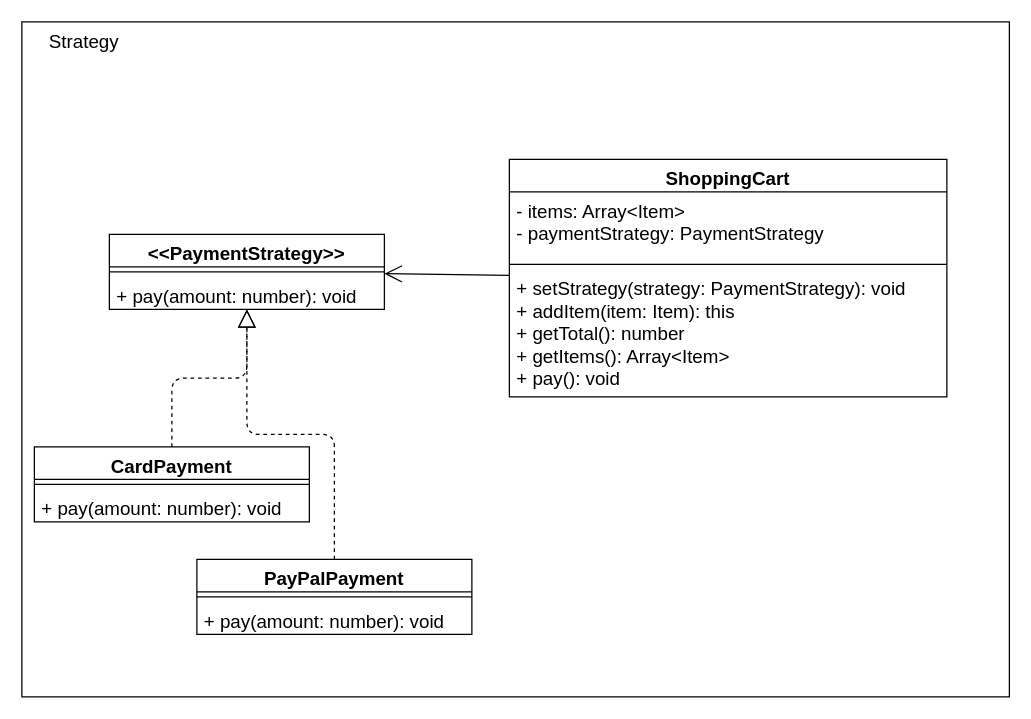
Before: behavioral/strategy/strategy.drawio in kirill-krasuk/design_patterns, a draw.io diagram. Source tidied: cells renumbered, new cells numbered last; positions are measured from the earlier drawing's top-left corner, leaving out a move shared by most shapes. Both pictures are drawn from the tidied source at 125%, with x=0, y=0 at pixel (21, 21).
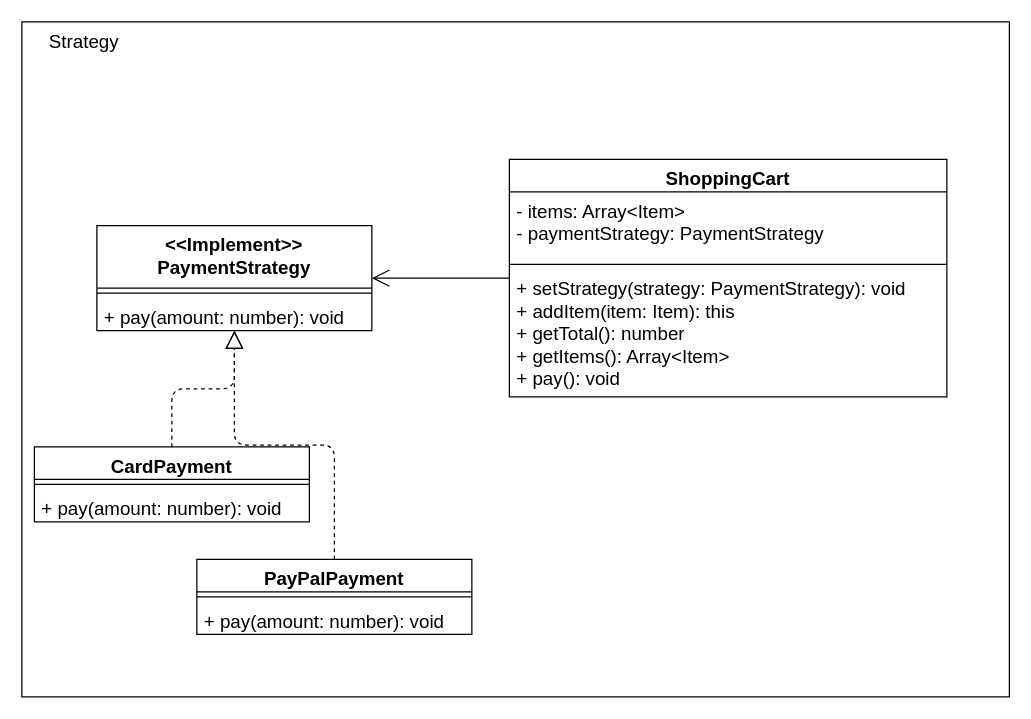
The same diagram, later.

Diff of the diagram source:
```diff
@@
 <mxGraphModel>
   <root>
     <mxCell id="0" />
     <mxCell id="1" parent="0" />
     <mxCell id="2" style="rounded=0;whiteSpace=wrap;html=1;" parent="1" vertex="1">
       <mxGeometry width="790" height="540" as="geometry" />
     </mxCell>
     <mxCell id="3" value="Strategy" style="text;html=1;strokeColor=none;fillColor=none;align=center;verticalAlign=middle;whiteSpace=wrap;rounded=0;fontSize=15;" parent="1" vertex="1">
       <mxGeometry width="100" height="30" as="geometry" />
     </mxCell>
-    <mxCell id="4" value="&lt;&lt;PaymentStrategy&gt;&gt;" style="swimlane;fontStyle=1;align=center;verticalAlign=top;horizontal=1;startSize=26;fontSize=15;" parent="1" vertex="1">
-      <mxGeometry x="70" y="170" width="220" height="60" as="geometry" />
+    <mxCell id="4" value="&lt;&lt;Implement&gt;&gt;&#10;PaymentStrategy" style="swimlane;fontStyle=1;align=center;verticalAlign=top;horizontal=1;startSize=50;fontSize=15;" parent="1" vertex="1">
+      <mxGeometry x="60" y="163" width="220" height="84" as="geometry" />
     </mxCell>
     <mxCell id="5" style="line;strokeWidth=1;fillColor=none;align=left;verticalAlign=middle;spacingTop=-1;spacingLeft=3;spacingRight=3;labelPosition=right;strokeColor=inherit;fontSize=15;" parent="4" vertex="1">
-      <mxGeometry y="26" width="220" height="8" as="geometry" />
+      <mxGeometry y="50" width="220" height="8" as="geometry" />
     </mxCell>
     <mxCell id="6" value="+ pay(amount: number): void" style="text;strokeColor=none;fillColor=none;align=left;verticalAlign=top;spacingLeft=4;spacingRight=4;overflow=hidden;fontSize=15;" parent="4" vertex="1">
-      <mxGeometry y="34" width="220" height="26" as="geometry" />
+      <mxGeometry y="58" width="220" height="26" as="geometry" />
     </mxCell>
     <mxCell id="7" value="ShoppingCart" style="swimlane;fontStyle=1;align=center;verticalAlign=top;horizontal=1;startSize=26;fontSize=15;" parent="1" vertex="1">
       <mxGeometry x="390" y="110" width="350" height="190" as="geometry" />
     </mxCell>
     <mxCell id="8" value="- items: Array&lt;Item&gt;&#10;- paymentStrategy: PaymentStrategy" style="text;strokeColor=none;fillColor=none;align=left;verticalAlign=top;spacingLeft=4;spacingRight=4;overflow=hidden;fontSize=15;" parent="7" vertex="1">
       <mxGeometry y="26" width="350" height="54" as="geometry" />
     </mxCell>
     <mxCell id="9" style="line;strokeWidth=1;fillColor=none;align=left;verticalAlign=middle;spacingTop=-1;spacingLeft=3;spacingRight=3;labelPosition=right;strokeColor=inherit;fontSize=15;" parent="7" vertex="1">
       <mxGeometry y="80" width="350" height="8" as="geometry" />
     </mxCell>
     <mxCell id="10" value="+ setStrategy(strategy: PaymentStrategy): void&#10;+ addItem(item: Item): this&#10;+ getTotal(): number&#10;+ getItems(): Array&lt;Item&gt;&#10;+ pay(): void" style="text;strokeColor=none;fillColor=none;align=left;verticalAlign=top;spacingLeft=4;spacingRight=4;overflow=hidden;fontSize=15;" parent="7" vertex="1">
       <mxGeometry y="88" width="350" height="102" as="geometry" />
     </mxCell>
     <mxCell id="11" style="endArrow=open;endFill=1;endSize=12;html=1;fontSize=15;" parent="1" edge="1" source="7" target="4">
       <mxGeometry relative="1" as="geometry" />
     </mxCell>
     <mxCell id="12" value="CardPayment" style="swimlane;fontStyle=1;align=center;verticalAlign=top;horizontal=1;startSize=26;fontSize=15;" parent="1" vertex="1">
       <mxGeometry x="10" y="340" width="220" height="60" as="geometry" />
     </mxCell>
     <mxCell id="13" style="line;strokeWidth=1;fillColor=none;align=left;verticalAlign=middle;spacingTop=-1;spacingLeft=3;spacingRight=3;labelPosition=right;strokeColor=inherit;fontSize=15;" parent="12" vertex="1">
       <mxGeometry y="26" width="220" height="8" as="geometry" />
     </mxCell>
     <mxCell id="14" value="+ pay(amount: number): void" style="text;strokeColor=none;fillColor=none;align=left;verticalAlign=top;spacingLeft=4;spacingRight=4;overflow=hidden;fontSize=15;" parent="12" vertex="1">
       <mxGeometry y="34" width="220" height="26" as="geometry" />
     </mxCell>
     <mxCell id="15" value="PayPalPayment" style="swimlane;fontStyle=1;align=center;verticalAlign=top;horizontal=1;startSize=26;fontSize=15;" parent="1" vertex="1">
       <mxGeometry x="140" y="430" width="220" height="60" as="geometry" />
     </mxCell>
     <mxCell id="16" style="line;strokeWidth=1;fillColor=none;align=left;verticalAlign=middle;spacingTop=-1;spacingLeft=3;spacingRight=3;labelPosition=right;strokeColor=inherit;fontSize=15;" parent="15" vertex="1">
       <mxGeometry y="26" width="220" height="8" as="geometry" />
     </mxCell>
     <mxCell id="17" value="+ pay(amount: number): void" style="text;strokeColor=none;fillColor=none;align=left;verticalAlign=top;spacingLeft=4;spacingRight=4;overflow=hidden;fontSize=15;" parent="15" vertex="1">
       <mxGeometry y="34" width="220" height="26" as="geometry" />
     </mxCell>
     <mxCell id="18" style="endArrow=block;dashed=1;endFill=0;endSize=12;html=1;fontSize=15;edgeStyle=orthogonalEdgeStyle;" parent="1" edge="1" source="12" target="4">
       <mxGeometry relative="1" as="geometry" />
     </mxCell>
     <mxCell id="19" style="endArrow=block;dashed=1;endFill=0;endSize=12;html=1;fontSize=15;edgeStyle=orthogonalEdgeStyle;" parent="1" edge="1" source="15" target="4">
       <mxGeometry relative="1" as="geometry" />
     </mxCell>
   </root>
 </mxGraphModel>
```
